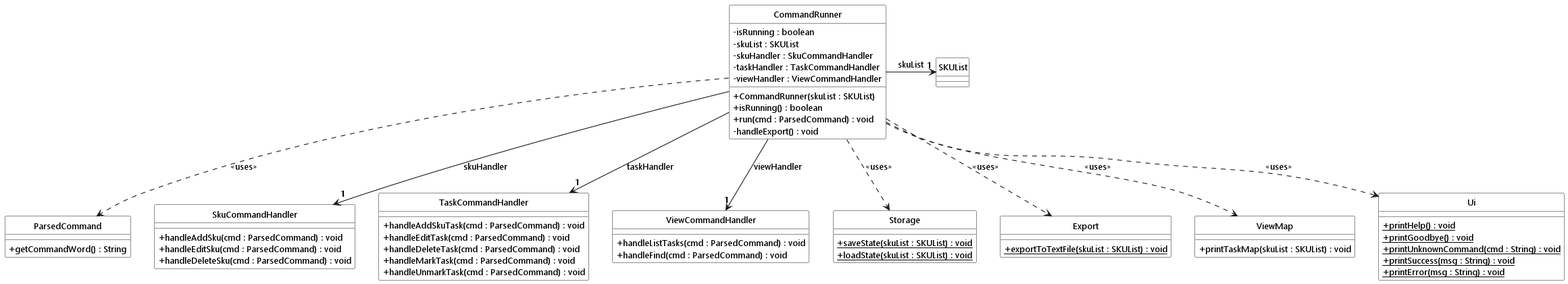
Above: docs/diagrams/command/commandRunnerArchitecture.png in heehaw1234/tp (PlantUML), before the change.
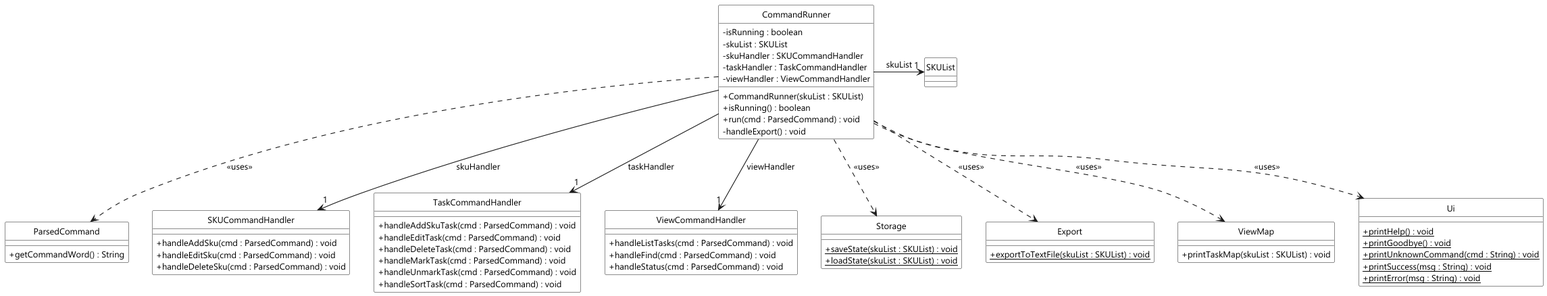
After the change.

Diff of the diagram source:
```diff
@@ -6,7 +6,7 @@
 class CommandRunner LOGIC_COLOR {
     - isRunning : boolean
     - skuList : SKUList
-    - skuHandler : SkuCommandHandler
+    - skuHandler : SKUCommandHandler
     - taskHandler : TaskCommandHandler
     - viewHandler : ViewCommandHandler
     + CommandRunner(skuList : SKUList)
@@ -19,7 +19,7 @@
     + getCommandWord() : String
 }
 
-class SkuCommandHandler LOGIC_COLOR_T2 {
+class SKUCommandHandler LOGIC_COLOR_T2 {
     + handleAddSku(cmd : ParsedCommand) : void
     + handleEditSku(cmd : ParsedCommand) : void
     + handleDeleteSku(cmd : ParsedCommand) : void
@@ -31,11 +31,13 @@
     + handleDeleteTask(cmd : ParsedCommand) : void
     + handleMarkTask(cmd : ParsedCommand) : void
     + handleUnmarkTask(cmd : ParsedCommand) : void
+    + handleSortTask(cmd : ParsedCommand) : void
 }
 
 class ViewCommandHandler LOGIC_COLOR_T2 {
     + handleListTasks(cmd : ParsedCommand) : void
     + handleFind(cmd : ParsedCommand) : void
+    + handleStatus(cmd : ParsedCommand) : void
 }
 
 class SKUList MODEL_COLOR {
@@ -62,7 +64,7 @@
     + {static} printError(msg : String) : void
 }
 
-CommandRunner -down-> "1" SkuCommandHandler : skuHandler
+CommandRunner -down-> "1" SKUCommandHandler : skuHandler
 CommandRunner -down-> "1" TaskCommandHandler : taskHandler
 CommandRunner -down-> "1" ViewCommandHandler : viewHandler
 CommandRunner -right-> "1" SKUList : skuList
```
